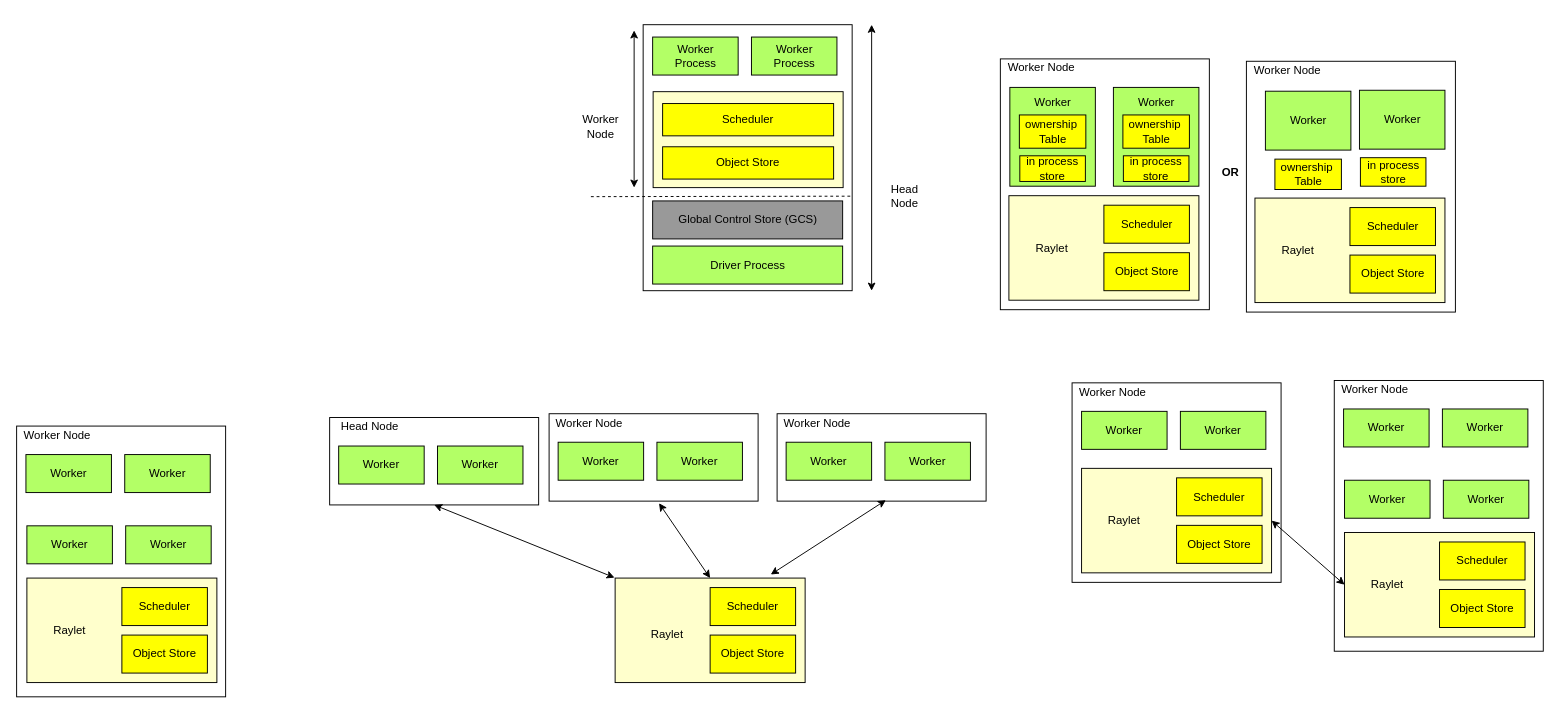
This is page "taskGraph" (6 of 6) of diagram/paper2_drawing.drawio from magedhelmy1/capillarydetection, a draw.io file, before an edit. Source tidied: cells renumbered, new cells numbered last; positions are measured from the earlier drawing's top-left corner, leaving out a move shared by most shapes. Both pictures are drawn from the tidied source at 95%, with x=0, y=0 at pixel (16, 24).
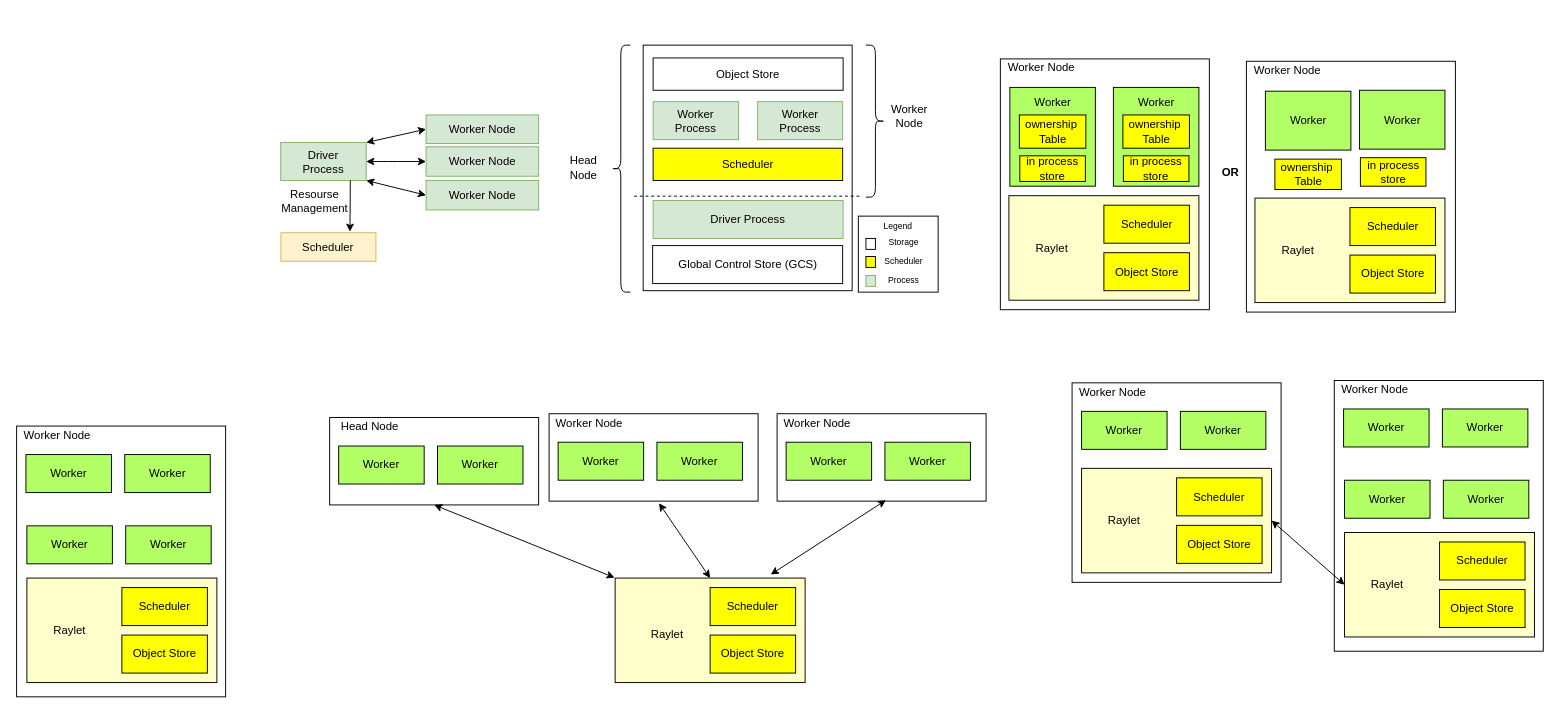
Above is the later version.

What changed in the source:
```diff
@@
+    <mxCell id="86" style="rounded=0;whiteSpace=wrap;html=1;" parent="1" vertex="1">
+      <mxGeometry x="886" y="202" width="84" height="80" as="geometry" />
+    </mxCell>
     <mxCell id="2" style="rounded=0;whiteSpace=wrap;html=1;" parent="1" vertex="1">
-      <mxGeometry x="659.5" y="0.5" width="220" height="280" as="geometry" />
+      <mxGeometry x="659.5" y="22" width="220" height="258.5" as="geometry" />
     </mxCell>
     <mxCell id="3" value="Head &lt;br&gt;Node" style="text;html=1;strokeColor=none;fillColor=none;align=center;verticalAlign=middle;whiteSpace=wrap;rounded=0;" parent="1" vertex="1">
-      <mxGeometry x="900" y="170.5" width="70" height="20" as="geometry" />
+      <mxGeometry x="570" y="141.2" width="54" height="20" as="geometry" />
     </mxCell>
-    <mxCell id="4" value="Worker&lt;br&gt;Process" style="rounded=0;whiteSpace=wrap;html=1;fillColor=#B3FF66;" parent="1" vertex="1">
-      <mxGeometry x="669.5" y="13.5" width="90" height="40" as="geometry" />
+    <mxCell id="4" value="Worker&lt;br&gt;Process" style="rounded=0;whiteSpace=wrap;html=1;fillColor=#d5e8d4;strokeColor=#82b366;" parent="1" vertex="1">
+      <mxGeometry x="780" y="81.5" width="89.5" height="40" as="geometry" />
     </mxCell>
-    <mxCell id="5" value="Worker&lt;br&gt;Process" style="rounded=0;whiteSpace=wrap;html=1;fillColor=#B3FF66;" parent="1" vertex="1">
-      <mxGeometry x="773.5" y="13.5" width="90" height="40" as="geometry" />
+    <mxCell id="5" value="Worker&lt;br&gt;Process" style="rounded=0;whiteSpace=wrap;html=1;fillColor=#d5e8d4;strokeColor=#82b366;" parent="1" vertex="1">
+      <mxGeometry x="670" y="81.5" width="90" height="40" as="geometry" />
     </mxCell>
-    <mxCell id="6" style="rounded=0;whiteSpace=wrap;html=1;fillColor=#FFFFCC;" parent="1" vertex="1">
-      <mxGeometry x="670" y="71" width="200" height="101" as="geometry" />
-    </mxCell>
     <mxCell id="7" value="Scheduler" style="rounded=0;whiteSpace=wrap;html=1;fillColor=#FFFF00;" parent="1" vertex="1">
-      <mxGeometry x="680" y="83.5" width="180" height="34" as="geometry" />
+      <mxGeometry x="670" y="130.5" width="199.5" height="34" as="geometry" />
     </mxCell>
-    <mxCell id="8" value="Object Store" style="rounded=0;whiteSpace=wrap;html=1;fillColor=#FFFF00;" parent="1" vertex="1">
-      <mxGeometry x="680" y="129" width="180" height="34" as="geometry" />
+    <mxCell id="8" value="Object Store" style="rounded=0;whiteSpace=wrap;html=1;" parent="1" vertex="1">
+      <mxGeometry x="670" y="35.5" width="200" height="34" as="geometry" />
     </mxCell>
-    <mxCell id="9" value="Global Control Store (GCS)" style="rounded=0;whiteSpace=wrap;html=1;fillColor=#999999;" parent="1" vertex="1">
-      <mxGeometry x="669.5" y="186" width="200" height="40" as="geometry" />
+    <mxCell id="9" value="Global Control Store (GCS)" style="rounded=0;whiteSpace=wrap;html=1;" parent="1" vertex="1">
+      <mxGeometry x="669.5" y="233" width="200" height="40" as="geometry" />
     </mxCell>
@@
-    <mxCell id="27" value="Driver Process" style="rounded=0;whiteSpace=wrap;html=1;fillColor=#B3FF66;" parent="1" vertex="1">
-      <mxGeometry x="669.5" y="233.5" width="200" height="40" as="geometry" />
+    <mxCell id="27" value="Driver Process" style="rounded=0;whiteSpace=wrap;html=1;fillColor=#d5e8d4;strokeColor=#82b366;" parent="1" vertex="1">
+      <mxGeometry x="670" y="185.5" width="200" height="40" as="geometry" />
     </mxCell>
-    <mxCell id="28" style="endArrow=classic;startArrow=classic;html=1;" parent="1" edge="1">
-      <mxGeometry relative="1" as="geometry">
-        <mxPoint x="900" y="280.5" as="sourcePoint" />
-        <mxPoint x="900" y="0.5" as="targetPoint" />
-      </mxGeometry>
-    </mxCell>
-    <mxCell id="29" style="endArrow=classic;startArrow=classic;html=1;" parent="1" edge="1">
-      <mxGeometry relative="1" as="geometry">
-        <mxPoint x="650" y="172" as="sourcePoint" />
-        <mxPoint x="650" y="6.5" as="targetPoint" />
-      </mxGeometry>
-    </mxCell>
     <mxCell id="30" style="endArrow=none;dashed=1;html=1;" parent="1" edge="1">
       <mxGeometry relative="1" as="geometry">
-        <mxPoint x="604.5" y="181.5" as="sourcePoint" />
-        <mxPoint x="880" y="181" as="targetPoint" />
+        <mxPoint x="650" y="181" as="sourcePoint" />
+        <mxPoint x="890" y="181" as="targetPoint" />
       </mxGeometry>
     </mxCell>
     <mxCell id="31" value="Worker&lt;br&gt;Node" style="text;html=1;strokeColor=none;fillColor=none;align=center;verticalAlign=middle;whiteSpace=wrap;rounded=0;" parent="1" vertex="1">
-      <mxGeometry x="595" y="87" width="40" height="42" as="geometry" />
+      <mxGeometry x="920" y="76" width="40" height="42" as="geometry" />
     </mxCell>
@@
+    <mxCell id="87" style="shape=curlyBracket;whiteSpace=wrap;html=1;rounded=1;fontSize=9;" parent="1" vertex="1">
+      <mxGeometry x="626" y="22" width="20" height="260" as="geometry" />
+    </mxCell>
+    <mxCell id="88" style="shape=curlyBracket;whiteSpace=wrap;html=1;rounded=1;flipH=1;fontSize=9;" parent="1" vertex="1">
+      <mxGeometry x="894" y="22" width="20" height="160" as="geometry" />
+    </mxCell>
+    <mxCell id="89" style="rounded=0;whiteSpace=wrap;html=1;fillColor=#d5e8d4;strokeColor=#82b366;" parent="1" vertex="1">
+      <mxGeometry x="894" y="264.5" width="10" height="11.5" as="geometry" />
+    </mxCell>
+    <mxCell id="90" style="rounded=0;whiteSpace=wrap;html=1;fillColor=#FFFF00;" parent="1" vertex="1">
+      <mxGeometry x="894" y="244.5" width="10" height="11.5" as="geometry" />
+    </mxCell>
+    <mxCell id="91" style="rounded=0;whiteSpace=wrap;html=1;" parent="1" vertex="1">
+      <mxGeometry x="894" y="225.5" width="10" height="11.5" as="geometry" />
+    </mxCell>
+    <mxCell id="92" value="Storage" style="text;html=1;strokeColor=none;fillColor=none;align=center;verticalAlign=middle;whiteSpace=wrap;rounded=0;fontSize=9;" parent="1" vertex="1">
+      <mxGeometry x="904" y="223" width="60" height="14" as="geometry" />
+    </mxCell>
+    <mxCell id="93" value="Scheduler" style="text;html=1;strokeColor=none;fillColor=none;align=center;verticalAlign=middle;whiteSpace=wrap;rounded=0;fontSize=9;" parent="1" vertex="1">
+      <mxGeometry x="904" y="243.2" width="60" height="14" as="geometry" />
+    </mxCell>
+    <mxCell id="94" value="Process" style="text;html=1;strokeColor=none;fillColor=none;align=center;verticalAlign=middle;whiteSpace=wrap;rounded=0;fontSize=9;" parent="1" vertex="1">
+      <mxGeometry x="904" y="263.2" width="60" height="14" as="geometry" />
+    </mxCell>
+    <mxCell id="95" value="Legend" style="text;html=1;strokeColor=none;fillColor=none;align=center;verticalAlign=middle;whiteSpace=wrap;rounded=0;fontSize=9;" parent="1" vertex="1">
+      <mxGeometry x="898" y="198" width="60" height="30" as="geometry" />
+    </mxCell>
+    <mxCell id="96" value="Driver&lt;br&gt;Process" style="rounded=0;whiteSpace=wrap;html=1;fillColor=#d5e8d4;strokeColor=#82b366;" parent="1" vertex="1">
+      <mxGeometry x="278" y="124.5" width="90" height="40" as="geometry" />
+    </mxCell>
+    <mxCell id="97" value="Scheduler" style="rounded=0;whiteSpace=wrap;html=1;fillColor=#fff2cc;strokeColor=#d6b656;" parent="1" vertex="1">
+      <mxGeometry x="278.2" y="219.5" width="100" height="30" as="geometry" />
+    </mxCell>
+    <mxCell id="98" value="Resourse&lt;br&gt;Management" style="text;html=1;strokeColor=none;fillColor=#FFFFFF;align=center;verticalAlign=middle;whiteSpace=wrap;rounded=0;" parent="1" vertex="1">
+      <mxGeometry x="282.9" y="170.5" width="61.6" height="30" as="geometry" />
+    </mxCell>
+    <mxCell id="99" value="Worker Node" style="rounded=0;whiteSpace=wrap;html=1;fillColor=#d5e8d4;strokeColor=#82b366;" parent="1" vertex="1">
+      <mxGeometry x="431" y="95.5" width="118.5" height="30" as="geometry" />
+    </mxCell>
+    <mxCell id="100" style="endArrow=classic;startArrow=classic;html=1;exitX=1;exitY=0;exitDx=0;exitDy=0;entryX=0;entryY=0.5;entryDx=0;entryDy=0;fillColor=#FFFFFF;" parent="1" edge="1" source="96" target="99">
+      <mxGeometry relative="1" as="geometry" />
+    </mxCell>
+    <mxCell id="101" style="endArrow=classic;startArrow=classic;html=1;fillColor=#FFFFFF;" parent="1" edge="1" source="96">
+      <mxGeometry relative="1" as="geometry">
+        <mxPoint x="431" y="144.5" as="targetPoint" />
+        <Array as="points">
+          <mxPoint x="391" y="144.5" />
+        </Array>
+      </mxGeometry>
+    </mxCell>
+    <mxCell id="102" style="endArrow=classic;startArrow=classic;html=1;entryX=0;entryY=0.5;entryDx=0;entryDy=0;exitX=1;exitY=1;exitDx=0;exitDy=0;fillColor=#FFFFFF;" parent="1" edge="1" source="96" target="104">
+      <mxGeometry relative="1" as="geometry" />
+    </mxCell>
+    <mxCell id="103" style="endArrow=classic;html=1;exitX=0.814;exitY=0.995;exitDx=0;exitDy=0;exitPerimeter=0;entryX=0.727;entryY=-0.037;entryDx=0;entryDy=0;entryPerimeter=0;fillColor=#FFFFFF;" parent="1" edge="1" source="96" target="97">
+      <mxGeometry relative="1" as="geometry" />
+    </mxCell>
+    <mxCell id="104" value="Worker Node" style="rounded=0;whiteSpace=wrap;html=1;fillColor=#d5e8d4;strokeColor=#82b366;" parent="1" vertex="1">
+      <mxGeometry x="431" y="164.5" width="118.5" height="31" as="geometry" />
+    </mxCell>
+    <mxCell id="105" value="Worker Node" style="rounded=0;whiteSpace=wrap;html=1;fillColor=#d5e8d4;strokeColor=#82b366;" parent="1" vertex="1">
+      <mxGeometry x="431" y="129" width="118.5" height="31" as="geometry" />
+    </mxCell>
```
